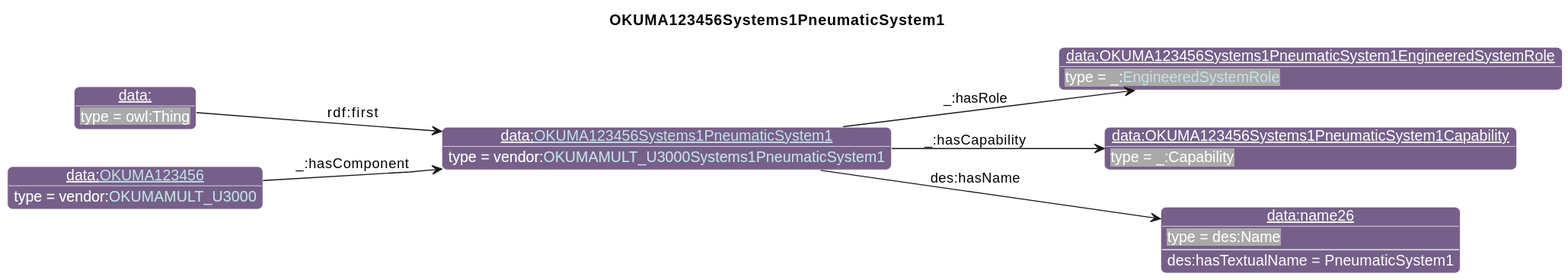
Before: diagrams/OKUMA123456Systems1PneumaticSystem1.svg, a diagram exported from PlantUML (iofoundry/example-syseng-mtconnect).
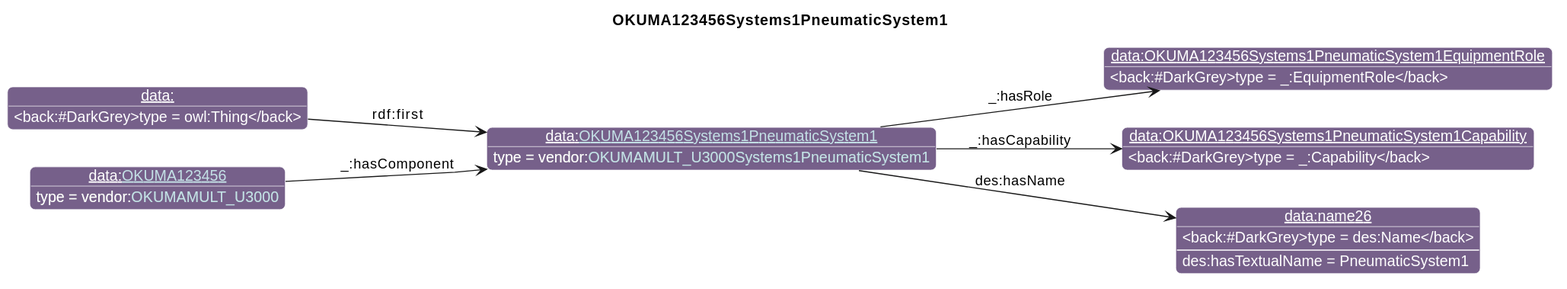
The same file after the commit.

What changed in the source:
```diff
@@ -26,7 +26,7 @@
                       "qp":"641B2E"
       }
 individual(o0, data:[[./OKUMA123456Systems1PneumaticSystem1.html OKUMA123456Systems1PneumaticSystem1]], vendor:[[../OKUMA.html#OKUMAMULT_U3000Systems1PneumaticSystem1 OKUMAMULT_U3000Systems1PneumaticSystem1]])
-individual(o1, data:OKUMA123456Systems1PneumaticSystem1EngineeredSystemRole, _:[[../MTConnect.html#EngineeredSystemRole EngineeredSystemRole]])
+individual(o1, data:OKUMA123456Systems1PneumaticSystem1EquipmentRole, _:EquipmentRole)
 individual(o2, data:OKUMA123456Systems1PneumaticSystem1Capability, _:Capability)
 individual(o3, data:name26, des:Name)
 individual(o4, data:, owl:Thing)
```
